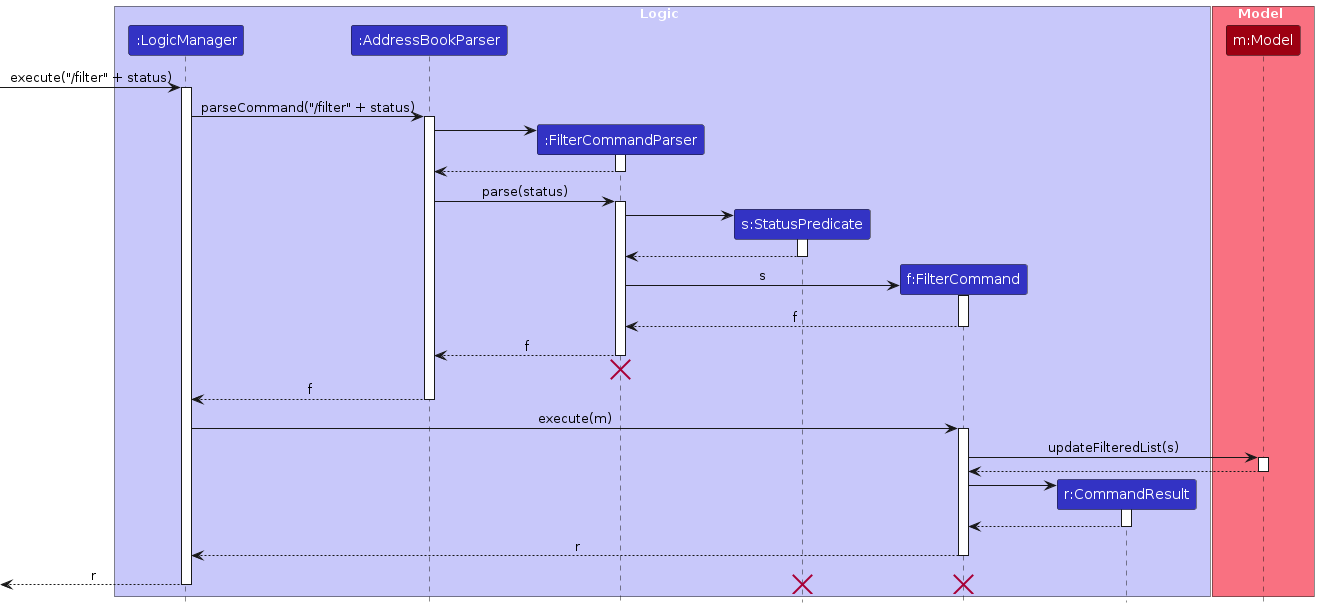
Earlier version of the PlantUML export diagrams/FilterSequenceDiagram.png (woke02/tp). Its source is kept beside it as diagrams/FilterSequenceDiagram.puml.
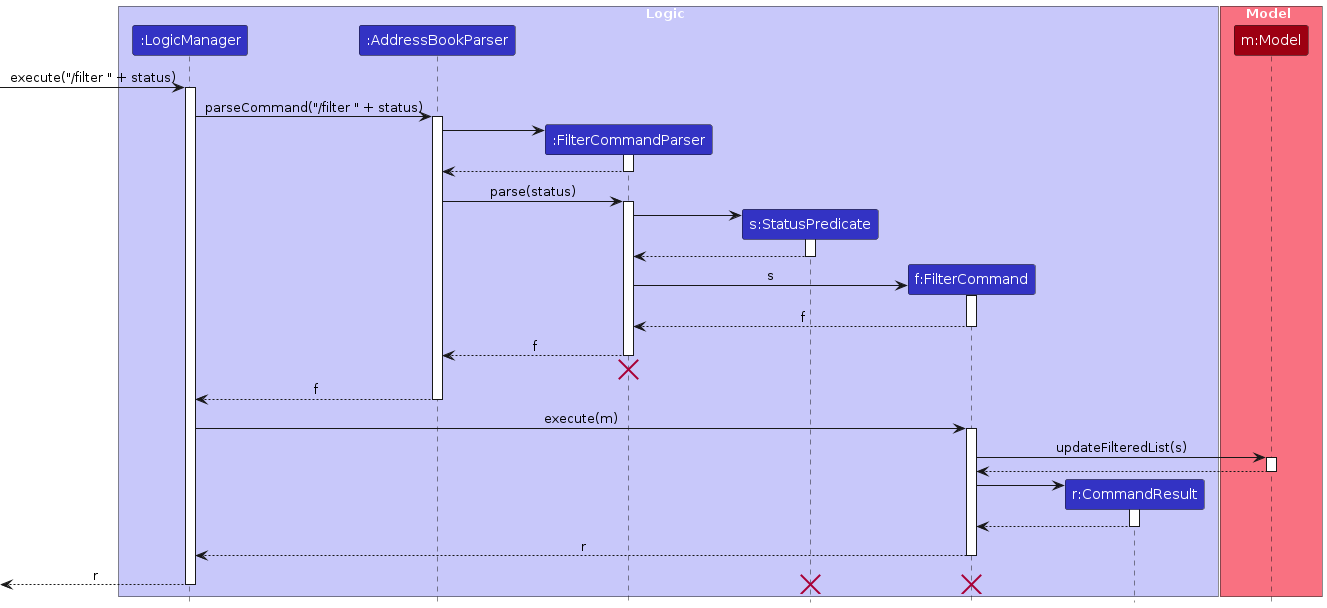
The same diagram one commit later.

The edit, as a diff of the source:
```diff
@@ -16,10 +16,10 @@
 participant "m:Model" as Model MODEL_COLOR
 end box
 
-[-> LogicManager : execute("/filter" + status)
+[-> LogicManager : execute("/filter " + status)
 activate LogicManager
 
-LogicManager -> AddressBookParser : parseCommand("/filter" + status)
+LogicManager -> AddressBookParser : parseCommand("/filter " + status)
 activate AddressBookParser
 
 create FilterCommandParser
```
